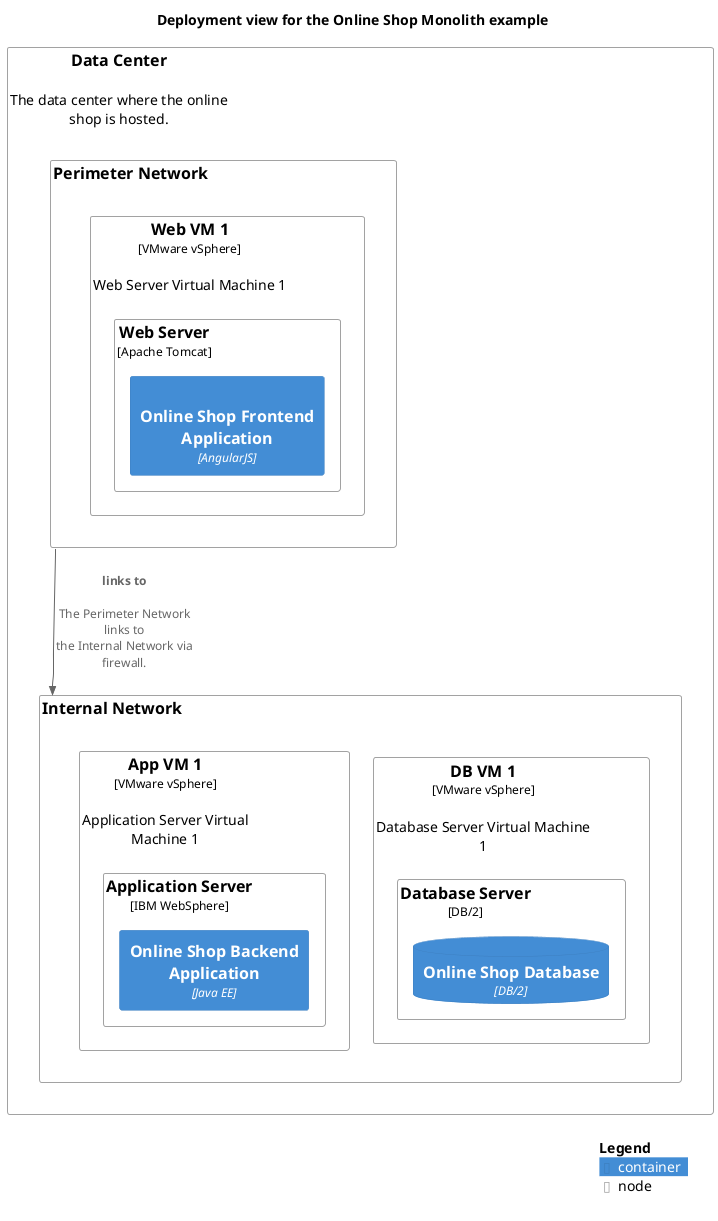
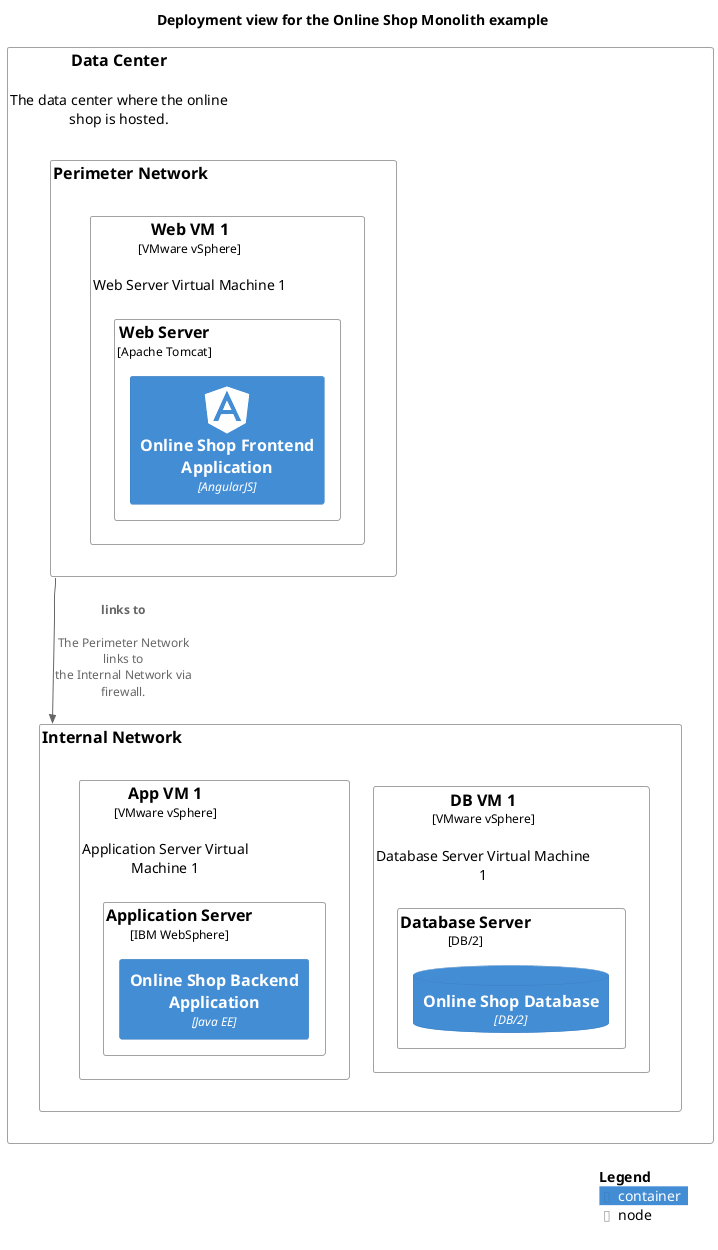
@startuml deployment-view
!include <C4/C4_Deployment.puml>
!include <awslib14/AWSCommon>
!include <awslib14/AWSC4Integration>
!include <azure/AzureCommon>
!include <azure/AzureC4Integration>
!include <tupadr3/common>
+ !include <tupadr3/devicons2/angularjs>







title Deployment view for the Online Shop Monolith example
Node(softwareDevelopment_architecture_example_monolith_dataCenter, "Data Center", $descr="The data center where the online shop is hosted.") {
  Node(softwareDevelopment_architecture_example_monolith_perimeterNetwork, "Perimeter Network") {
    Node(softwareDevelopment_architecture_example_monolith_webVm1, "Web VM 1", $descr="Web Server Virtual Machine 1", $type="VMware vSphere") {
      Node(softwareDevelopment_architecture_example_monolith_webServer, "Web Server", $type="Apache Tomcat") {
        Container(softwareDevelopment_architecture_example_monolith_onlineShopFrontend, "Online Shop Frontend Application", $techn="AngularJS", $sprite="angularjs")
      }
    }
  }
  Node(softwareDevelopment_architecture_example_monolith_internalNetwork, "Internal Network") {
    Node(softwareDevelopment_architecture_example_monolith_dbVm1, "DB VM 1", $descr="Database Server Virtual Machine 1", $type="VMware vSphere") {
      Node(softwareDevelopment_architecture_example_monolith_dbServer, "Database Server", $type="DB/2") {
        ContainerDb(softwareDevelopment_architecture_example_monolith_onlineShopDb, "Online Shop Database", $techn="DB/2")
      }
    }
    Node(softwareDevelopment_architecture_example_monolith_appVm1, "App VM 1", $descr="Application Server Virtual Machine 1", $type="VMware vSphere") {
      Node(softwareDevelopment_architecture_example_monolith_applicationServer, "Application Server", $type="IBM WebSphere") {
        Container(softwareDevelopment_architecture_example_monolith_onlineShopBackend, "Online Shop Backend Application", $techn="Java EE")
      }
    }
  }
}
+ Container(softwareDevelopment_architecture_example_monolith_onlineShopFrontend, "Online Shop Frontend Application", $techn="AngularJS", $sprite="angularjs")
+ ContainerDb(softwareDevelopment_architecture_example_monolith_onlineShopDb, "Online Shop Database", $techn="DB/2")
+ Container(softwareDevelopment_architecture_example_monolith_onlineShopBackend, "Online Shop Backend Application", $techn="Java EE")
Rel(softwareDevelopment_architecture_example_monolith_perimeterNetwork, softwareDevelopment_architecture_example_monolith_internalNetwork, "links to", $descr="The Perimeter Network links to the Internal Network via firewall.")
+ 
+ 
+ 
SHOW_LEGEND()
@enduml
